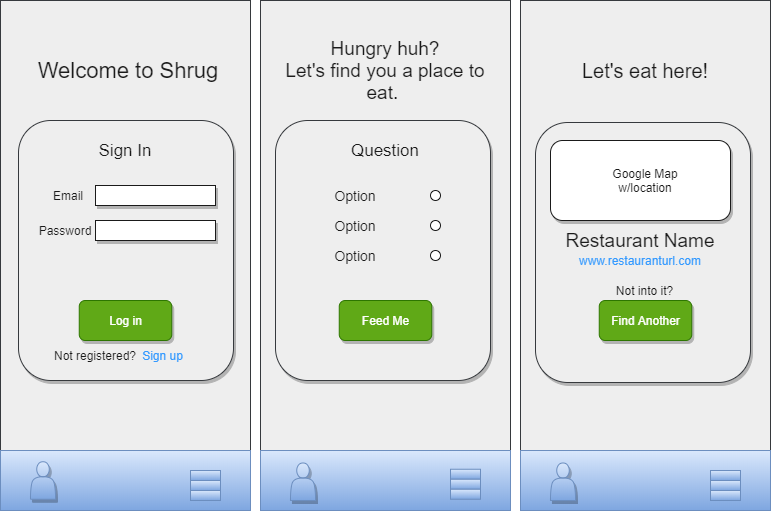
The draw.io diagram src/Assets/card-diagram.drawio.png in tytyhibye/Shrug, before a commit. Source tidied: cells renumbered, new cells last; positions are measured from the earlier drawing's top-left corner, leaving out a move shared by most shapes.
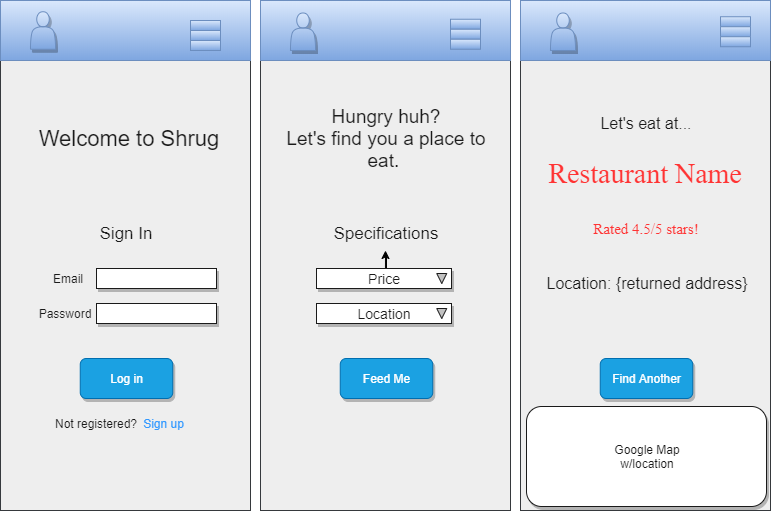
The same file after the commit.

What changed in the source:
```diff
@@ -12,61 +12,42 @@
       <mxGeometry x="260" width="250" height="510" as="geometry" />
     </mxCell>
     <mxCell id="5" style="rounded=0;whiteSpace=wrap;html=1;gradientColor=#7ea6e0;fillColor=#dae8fc;strokeColor=#6c8ebf;" parent="1" vertex="1">
-      <mxGeometry x="260" y="450" width="250" height="60" as="geometry" />
+      <mxGeometry x="260" width="250" height="60" as="geometry" />
     </mxCell>
-    <mxCell id="6" style="rounded=0;whiteSpace=wrap;html=1;gradientColor=#7ea6e0;fillColor=#dae8fc;strokeColor=#6c8ebf;" parent="1" vertex="1">
-      <mxGeometry x="520" y="450" width="250" height="60" as="geometry" />
-    </mxCell>
     <mxCell id="7" style="rounded=0;whiteSpace=wrap;html=1;fillColor=#dae8fc;strokeColor=#6c8ebf;gradientColor=#7ea6e0;" parent="1" vertex="1">
-      <mxGeometry y="450" width="250" height="60" as="geometry" />
+      <mxGeometry width="250" height="60" as="geometry" />
     </mxCell>
-    <mxCell id="8" style="rounded=1;whiteSpace=wrap;html=1;fillColor=#eeeeee;strokeColor=#36393d;shadow=1;" parent="1" vertex="1">
-      <mxGeometry x="275" y="120" width="215" height="260" as="geometry" />
-    </mxCell>
     <mxCell id="9" value="&lt;font style=&quot;font-size: 19px&quot;&gt;&lt;span&gt;Hungry huh?&lt;/span&gt;&lt;br&gt;&lt;font style=&quot;font-size: 19px&quot;&gt;Let's find you a place to eat.&amp;nbsp;&lt;/font&gt;&lt;/font&gt;" style="text;html=1;strokeColor=none;fillColor=none;align=center;verticalAlign=middle;whiteSpace=wrap;rounded=0;fontColor=#1A1A1A;" parent="1" vertex="1">
-      <mxGeometry x="280" y="30" width="210" height="80" as="geometry" />
+      <mxGeometry x="281" y="98" width="210" height="80" as="geometry" />
     </mxCell>
+    <mxCell id="48" style="edgeStyle=orthogonalEdgeStyle;rounded=0;jettySize=auto;html=1;" parent="1" edge="1" source="10">
+      <mxGeometry relative="1" as="geometry">
+        <mxPoint x="385" y="250" as="targetPoint" />
+      </mxGeometry>
+    </mxCell>
-    <mxCell id="10" value="&lt;font style=&quot;font-size: 17px&quot;&gt;Question&lt;/font&gt;" style="text;html=1;strokeColor=none;fillColor=none;align=center;verticalAlign=middle;whiteSpace=wrap;rounded=0;fontColor=#1A1A1A;" parent="1" vertex="1">
-      <mxGeometry x="310" y="130" width="150" height="40" as="geometry" />
+    <mxCell id="10" value="&lt;font style=&quot;font-size: 17px&quot;&gt;Specifications&lt;/font&gt;" style="text;html=1;strokeColor=none;fillColor=none;align=center;verticalAlign=middle;whiteSpace=wrap;rounded=0;fontColor=#1A1A1A;" parent="1" vertex="1">
+      <mxGeometry x="311" y="213" width="150" height="40" as="geometry" />
     </mxCell>
-    <mxCell id="11" value="&lt;font style=&quot;font-size: 14px&quot;&gt;Option&lt;/font&gt;" style="text;html=1;strokeColor=none;fillColor=none;align=center;verticalAlign=middle;whiteSpace=wrap;rounded=0;fontColor=#1A1A1A;" parent="1" vertex="1">
-      <mxGeometry x="320" y="180" width="70" height="30" as="geometry" />
-    </mxCell>
-    <mxCell id="12" value="&lt;font style=&quot;font-size: 14px&quot;&gt;Option&lt;/font&gt;" style="text;html=1;strokeColor=none;fillColor=none;align=center;verticalAlign=middle;whiteSpace=wrap;rounded=0;fontColor=#1A1A1A;" parent="1" vertex="1">
-      <mxGeometry x="320" y="240" width="70" height="30" as="geometry" />
-    </mxCell>
-    <mxCell id="13" value="&lt;font style=&quot;font-size: 14px&quot;&gt;Option&lt;/font&gt;" style="text;html=1;strokeColor=none;fillColor=none;align=center;verticalAlign=middle;whiteSpace=wrap;rounded=0;fontColor=#1A1A1A;" parent="1" vertex="1">
-      <mxGeometry x="320" y="210" width="70" height="30" as="geometry" />
-    </mxCell>
-    <mxCell id="14" style="ellipse;whiteSpace=wrap;html=1;fontColor=#1A1A1A;fillColor=#FFFFFF;strokeColor=#1A1A1A;" parent="1" vertex="1">
-      <mxGeometry x="430" y="190" width="10" height="10" as="geometry" />
-    </mxCell>
-    <mxCell id="15" style="ellipse;whiteSpace=wrap;html=1;fontColor=#1A1A1A;fillColor=#FFFFFF;strokeColor=#1A1A1A;" parent="1" vertex="1">
-      <mxGeometry x="430" y="220" width="10" height="10" as="geometry" />
-    </mxCell>
-    <mxCell id="16" style="ellipse;whiteSpace=wrap;html=1;fontColor=#1A1A1A;fillColor=#FFFFFF;strokeColor=#1A1A1A;" parent="1" vertex="1">
-      <mxGeometry x="430" y="250" width="10" height="10" as="geometry" />
-    </mxCell>
-    <mxCell id="17" value="Feed Me" style="rounded=1;whiteSpace=wrap;html=1;fillColor=#60a917;strokeColor=#2D7600;fontColor=#ffffff;shadow=1;" parent="1" vertex="1">
-      <mxGeometry x="338.8" y="300" width="92.5" height="40" as="geometry" />
+    <mxCell id="17" value="Feed Me" style="rounded=1;whiteSpace=wrap;html=1;fillColor=#1ba1e2;strokeColor=#006EAF;fontColor=#ffffff;shadow=1;" parent="1" vertex="1">
+      <mxGeometry x="339.8" y="358" width="92.5" height="40" as="geometry" />
     </mxCell>
     <mxCell id="18" style="shape=actor;whiteSpace=wrap;html=1;shadow=1;gradientColor=#7ea6e0;fillColor=#dae8fc;strokeColor=#6c8ebf;" parent="1" vertex="1">
-      <mxGeometry x="290" y="462.5" width="25" height="37.5" as="geometry" />
+      <mxGeometry x="290" y="12.5" width="25" height="37.5" as="geometry" />
     </mxCell>
     <mxCell id="19" style="shape=actor;whiteSpace=wrap;html=1;shadow=1;gradientColor=#7ea6e0;fillColor=#dae8fc;strokeColor=#6c8ebf;" parent="1" vertex="1">
       <mxGeometry x="550" y="462.5" width="25" height="37.5" as="geometry" />
     </mxCell>
     <mxCell id="20" style="shape=actor;whiteSpace=wrap;html=1;shadow=1;gradientColor=#7ea6e0;fillColor=#dae8fc;strokeColor=#6c8ebf;" parent="1" vertex="1">
-      <mxGeometry x="30" y="461.2" width="25" height="37.5" as="geometry" />
+      <mxGeometry x="30" y="11.2" width="25" height="37.5" as="geometry" />
     </mxCell>
     <mxCell id="21" style="rounded=0;whiteSpace=wrap;html=1;gradientColor=#7ea6e0;fillColor=#dae8fc;strokeColor=#6c8ebf;" parent="1" vertex="1">
-      <mxGeometry x="190" y="470" width="30" height="10" as="geometry" />
+      <mxGeometry x="190" y="20" width="30" height="10" as="geometry" />
     </mxCell>
     <mxCell id="22" style="rounded=0;whiteSpace=wrap;html=1;gradientColor=#7ea6e0;fillColor=#dae8fc;strokeColor=#6c8ebf;" parent="1" vertex="1">
-      <mxGeometry x="190" y="480" width="30" height="10" as="geometry" />
+      <mxGeometry x="190" y="30" width="30" height="10" as="geometry" />
     </mxCell>
     <mxCell id="23" style="rounded=0;whiteSpace=wrap;html=1;gradientColor=#7ea6e0;fillColor=#dae8fc;strokeColor=#6c8ebf;" parent="1" vertex="1">
-      <mxGeometry x="190" y="490" width="30" height="10" as="geometry" />
+      <mxGeometry x="190" y="40" width="30" height="10" as="geometry" />
     </mxCell>
     <mxCell id="24" style="rounded=0;whiteSpace=wrap;html=1;gradientColor=#7ea6e0;fillColor=#dae8fc;strokeColor=#6c8ebf;" parent="1" vertex="1">
       <mxGeometry x="710" y="470" width="30" height="10" as="geometry" />
@@ -78,67 +59,94 @@
       <mxGeometry x="710" y="490" width="30" height="10" as="geometry" />
     </mxCell>
     <mxCell id="27" style="rounded=0;whiteSpace=wrap;html=1;gradientColor=#7ea6e0;fillColor=#dae8fc;strokeColor=#6c8ebf;" parent="1" vertex="1">
-      <mxGeometry x="450" y="468.8" width="30" height="10" as="geometry" />
+      <mxGeometry x="450" y="18.8" width="30" height="10" as="geometry" />
     </mxCell>
     <mxCell id="28" style="rounded=0;whiteSpace=wrap;html=1;gradientColor=#7ea6e0;fillColor=#dae8fc;strokeColor=#6c8ebf;" parent="1" vertex="1">
-      <mxGeometry x="450" y="478.8" width="30" height="10" as="geometry" />
+      <mxGeometry x="450" y="28.8" width="30" height="10" as="geometry" />
     </mxCell>
     <mxCell id="29" style="rounded=0;whiteSpace=wrap;html=1;gradientColor=#7ea6e0;fillColor=#dae8fc;strokeColor=#6c8ebf;" parent="1" vertex="1">
-      <mxGeometry x="450" y="488.8" width="30" height="10" as="geometry" />
+      <mxGeometry x="450" y="38.8" width="30" height="10" as="geometry" />
     </mxCell>
-    <mxCell id="30" value="&lt;font style=&quot;font-size: 20px&quot;&gt;Let's eat here!&lt;/font&gt;" style="text;html=1;strokeColor=none;fillColor=none;align=center;verticalAlign=middle;whiteSpace=wrap;rounded=0;fontColor=#1A1A1A;" parent="1" vertex="1">
-      <mxGeometry x="540" y="30" width="210" height="80" as="geometry" />
+    <mxCell id="30" value="&lt;font style=&quot;font-size: 16px&quot;&gt;Let's eat at...&lt;/font&gt;" style="text;html=1;strokeColor=none;fillColor=none;align=center;verticalAlign=middle;whiteSpace=wrap;rounded=0;fontColor=#1A1A1A;" parent="1" vertex="1">
+      <mxGeometry x="541" y="83" width="210" height="80" as="geometry" />
     </mxCell>
-    <mxCell id="31" style="rounded=1;whiteSpace=wrap;html=1;fillColor=#eeeeee;strokeColor=#36393d;shadow=1;" parent="1" vertex="1">
-      <mxGeometry x="535" y="122" width="215" height="260" as="geometry" />
-    </mxCell>
-    <mxCell id="32" style="rounded=1;whiteSpace=wrap;html=1;shadow=1;strokeColor=#1A1A1A;fillColor=#FFFFFF;fontColor=#1A1A1A;" parent="1" vertex="1">
-      <mxGeometry x="550" y="140" width="180" height="80" as="geometry" />
-    </mxCell>
-    <mxCell id="33" value="&lt;span style=&quot;font-size: 12px;&quot;&gt;&lt;font style=&quot;font-size: 12px;&quot;&gt;www.restauranturl.com&lt;/font&gt;&lt;/span&gt;" style="text;html=1;strokeColor=none;fillColor=none;align=center;verticalAlign=middle;whiteSpace=wrap;rounded=0;fontColor=#3399FF;fontSize=12;" parent="1" vertex="1">
-      <mxGeometry x="535" y="220" width="210" height="80" as="geometry" />
-    </mxCell>
-    <mxCell id="34" value="&lt;span style=&quot;font-size: 19px&quot;&gt;Restaurant Name&lt;/span&gt;" style="text;html=1;strokeColor=none;fillColor=none;align=center;verticalAlign=middle;whiteSpace=wrap;rounded=0;fontColor=#1A1A1A;fontSize=19;" parent="1" vertex="1">
-      <mxGeometry x="535" y="200" width="210" height="80" as="geometry" />
+    <mxCell id="34" value="&lt;pre&gt;&lt;font face=&quot;Ranchers&quot; style=&quot;font-size: 28px&quot; color=&quot;#ff3333&quot;&gt;Restaurant Name&lt;/font&gt;&lt;/pre&gt;" style="text;html=1;strokeColor=none;fillColor=none;align=center;verticalAlign=middle;whiteSpace=wrap;rounded=0;fontColor=#1A1A1A;fontSize=19;fontFamily=Ranchers;FType=w;" parent="1" vertex="1">
+      <mxGeometry x="540" y="133" width="210" height="80" as="geometry" />
     </mxCell>
-    <mxCell id="35" value="Find Another" style="rounded=1;whiteSpace=wrap;html=1;fillColor=#60a917;strokeColor=#2D7600;fontColor=#ffffff;shadow=1;" parent="1" vertex="1">
-      <mxGeometry x="598.8" y="300" width="92.5" height="40" as="geometry" />
+    <mxCell id="35" value="Find Another" style="rounded=1;whiteSpace=wrap;html=1;fillColor=#1ba1e2;strokeColor=#006EAF;fontColor=#ffffff;shadow=1;" parent="1" vertex="1">
+      <mxGeometry x="599.8" y="358" width="92.5" height="40" as="geometry" />
     </mxCell>
-    <mxCell id="36" value="Not into it?" style="text;html=1;strokeColor=none;fillColor=none;align=center;verticalAlign=middle;whiteSpace=wrap;rounded=0;shadow=1;fontColor=#1A1A1A;" parent="1" vertex="1">
-      <mxGeometry x="598.8" y="280" width="91.2" height="20" as="geometry" />
-    </mxCell>
-    <mxCell id="37" value="Google Map w/location" style="text;html=1;strokeColor=none;fillColor=none;align=center;verticalAlign=middle;whiteSpace=wrap;rounded=0;shadow=1;fontColor=#1A1A1A;" parent="1" vertex="1">
-      <mxGeometry x="590" y="170" width="110" height="20" as="geometry" />
-    </mxCell>
-    <mxCell id="38" style="rounded=1;whiteSpace=wrap;html=1;fillColor=#eeeeee;strokeColor=#36393d;shadow=1;" parent="1" vertex="1">
-      <mxGeometry x="18" y="120" width="215" height="260" as="geometry" />
-    </mxCell>
     <mxCell id="39" style="rounded=0;whiteSpace=wrap;html=1;shadow=1;strokeColor=#1A1A1A;fillColor=#FFFFFF;fontSize=19;fontColor=#3399FF;" parent="1" vertex="1">
-      <mxGeometry x="95" y="185" width="120" height="20" as="geometry" />
+      <mxGeometry x="96" y="268" width="120" height="20" as="geometry" />
     </mxCell>
     <mxCell id="40" style="rounded=0;whiteSpace=wrap;html=1;shadow=1;strokeColor=#1A1A1A;fillColor=#FFFFFF;fontSize=19;fontColor=#3399FF;" parent="1" vertex="1">
-      <mxGeometry x="95" y="220" width="120" height="20" as="geometry" />
+      <mxGeometry x="96" y="303" width="120" height="20" as="geometry" />
     </mxCell>
     <mxCell id="41" value="&lt;font style=&quot;font-size: 12px&quot;&gt;Password&lt;/font&gt;" style="text;html=1;strokeColor=none;fillColor=none;align=center;verticalAlign=middle;whiteSpace=wrap;rounded=0;fontColor=#1A1A1A;" parent="1" vertex="1">
-      <mxGeometry x="30" y="215" width="70" height="30" as="geometry" />
+      <mxGeometry x="30" y="298" width="70" height="30" as="geometry" />
     </mxCell>
     <mxCell id="42" value="&lt;font style=&quot;font-size: 12px;&quot;&gt;Email&lt;/font&gt;" style="text;html=1;strokeColor=none;fillColor=none;align=center;verticalAlign=middle;whiteSpace=wrap;rounded=0;fontColor=#1A1A1A;fontSize=12;" parent="1" vertex="1">
-      <mxGeometry x="33" y="180" width="70" height="30" as="geometry" />
+      <mxGeometry x="33" y="263" width="70" height="30" as="geometry" />
     </mxCell>
     <mxCell id="43" value="&lt;font style=&quot;font-size: 12px&quot;&gt;Sign up&lt;/font&gt;" style="text;html=1;strokeColor=none;fillColor=none;align=center;verticalAlign=middle;whiteSpace=wrap;rounded=0;fontColor=#3399FF;" parent="1" vertex="1">
-      <mxGeometry x="125" y="340" width="75" height="30" as="geometry" />
+      <mxGeometry x="126" y="408" width="75" height="30" as="geometry" />
     </mxCell>
     <mxCell id="44" value="&lt;font style=&quot;font-size: 12px&quot;&gt;Not registered?&lt;/font&gt;" style="text;html=1;strokeColor=none;fillColor=none;align=center;verticalAlign=middle;whiteSpace=wrap;rounded=0;fontColor=#1A1A1A;" parent="1" vertex="1">
-      <mxGeometry x="50" y="340" width="90" height="30" as="geometry" />
+      <mxGeometry x="51" y="408" width="90" height="30" as="geometry" />
     </mxCell>
-    <mxCell id="45" value="Log in" style="rounded=1;whiteSpace=wrap;html=1;fillColor=#60a917;strokeColor=#2D7600;fontColor=#ffffff;shadow=1;" parent="1" vertex="1">
-      <mxGeometry x="78.8" y="300" width="92.5" height="40" as="geometry" />
+    <mxCell id="45" value="Log in" style="rounded=1;whiteSpace=wrap;html=1;fillColor=#1ba1e2;strokeColor=#006EAF;fontColor=#ffffff;shadow=1;" parent="1" vertex="1">
+      <mxGeometry x="79.8" y="358" width="92.5" height="40" as="geometry" />
     </mxCell>
     <mxCell id="46" value="&lt;font style=&quot;font-size: 17px&quot;&gt;Sign In&lt;/font&gt;" style="text;html=1;strokeColor=none;fillColor=none;align=center;verticalAlign=middle;whiteSpace=wrap;rounded=0;fontColor=#1A1A1A;" parent="1" vertex="1">
-      <mxGeometry x="50" y="130" width="150" height="40" as="geometry" />
+      <mxGeometry x="51" y="213" width="150" height="40" as="geometry" />
     </mxCell>
     <mxCell id="47" value="&lt;span style=&quot;font-size: 22px;&quot;&gt;Welcome to Shrug&lt;/span&gt;" style="text;html=1;strokeColor=none;fillColor=none;align=center;verticalAlign=middle;whiteSpace=wrap;rounded=0;fontColor=#1A1A1A;fontSize=22;" parent="1" vertex="1">
-      <mxGeometry x="23" y="30" width="210" height="80" as="geometry" />
+      <mxGeometry x="24" y="98" width="210" height="80" as="geometry" />
     </mxCell>
+    <mxCell id="49" style="rounded=0;whiteSpace=wrap;html=1;fillColor=#FFFFFF;strokeColor=#1A1A1A;shadow=1;" parent="1" vertex="1">
+      <mxGeometry x="316" y="268" width="135" height="20" as="geometry" />
+    </mxCell>
+    <mxCell id="50" value="&lt;font style=&quot;font-size: 14px&quot;&gt;Price&lt;/font&gt;" style="text;html=1;strokeColor=none;fillColor=none;align=center;verticalAlign=middle;whiteSpace=wrap;rounded=0;fontColor=#1A1A1A;" parent="1" vertex="1">
+      <mxGeometry x="348.5" y="263" width="70" height="30" as="geometry" />
+    </mxCell>
+    <mxCell id="51" style="rounded=0;whiteSpace=wrap;html=1;fillColor=#FFFFFF;strokeColor=#1A1A1A;shadow=1;" parent="1" vertex="1">
+      <mxGeometry x="316" y="303" width="135" height="20" as="geometry" />
+    </mxCell>
+    <mxCell id="52" value="&lt;font style=&quot;font-size: 14px&quot;&gt;Location&lt;/font&gt;" style="text;html=1;strokeColor=none;fillColor=none;align=center;verticalAlign=middle;whiteSpace=wrap;rounded=0;fontColor=#1A1A1A;" parent="1" vertex="1">
+      <mxGeometry x="348.5" y="298" width="70" height="30" as="geometry" />
+    </mxCell>
+    <mxCell id="53" style="triangle;whiteSpace=wrap;html=1;strokeColor=#1A1A1A;fillColor=#C2C2C2;direction=south;" parent="1" vertex="1">
+      <mxGeometry x="436.2" y="273" width="10" height="10" as="geometry" />
+    </mxCell>
+    <mxCell id="54" style="triangle;whiteSpace=wrap;html=1;strokeColor=#1A1A1A;fillColor=#C2C2C2;direction=south;" parent="1" vertex="1">
+      <mxGeometry x="436.2" y="308" width="10" height="10" as="geometry" />
+    </mxCell>
+    <mxCell id="55" value="&lt;pre&gt;&lt;font face=&quot;Ranchers&quot; style=&quot;font-size: 15px&quot; color=&quot;#ff3333&quot;&gt;Rated 4.5/5 stars!&lt;/font&gt;&lt;/pre&gt;" style="text;html=1;strokeColor=none;fillColor=none;align=center;verticalAlign=middle;whiteSpace=wrap;rounded=0;fontColor=#1A1A1A;fontSize=19;fontFamily=Ranchers;FType=w;" parent="1" vertex="1">
+      <mxGeometry x="541" y="188" width="210" height="80" as="geometry" />
+    </mxCell>
+    <mxCell id="56" value="&lt;font style=&quot;font-size: 16px&quot;&gt;Location: {returned address}&lt;/font&gt;" style="text;html=1;strokeColor=none;fillColor=none;align=center;verticalAlign=middle;whiteSpace=wrap;rounded=0;fontColor=#1A1A1A;" parent="1" vertex="1">
+      <mxGeometry x="541.6" y="268" width="210" height="30" as="geometry" />
+    </mxCell>
+    <mxCell id="57" style="rounded=1;whiteSpace=wrap;html=1;shadow=1;strokeColor=#1A1A1A;fillColor=#FFFFFF;" parent="1" vertex="1">
+      <mxGeometry x="526" y="406" width="240" height="100" as="geometry" />
+    </mxCell>
+    <mxCell id="37" value="Google Map w/location" style="text;html=1;strokeColor=none;fillColor=none;align=center;verticalAlign=middle;whiteSpace=wrap;rounded=0;shadow=1;fontColor=#1A1A1A;" parent="1" vertex="1">
+      <mxGeometry x="591.6" y="446" width="110" height="20" as="geometry" />
+    </mxCell>
+    <mxCell id="58" style="rounded=0;whiteSpace=wrap;html=1;gradientColor=#7ea6e0;fillColor=#dae8fc;strokeColor=#6c8ebf;" parent="1" vertex="1">
+      <mxGeometry x="520" width="250" height="60" as="geometry" />
+    </mxCell>
+    <mxCell id="59" style="shape=actor;whiteSpace=wrap;html=1;shadow=1;gradientColor=#7ea6e0;fillColor=#dae8fc;strokeColor=#6c8ebf;" parent="1" vertex="1">
+      <mxGeometry x="550" y="12.5" width="25" height="37.5" as="geometry" />
+    </mxCell>
+    <mxCell id="60" style="rounded=0;whiteSpace=wrap;html=1;gradientColor=#7ea6e0;fillColor=#dae8fc;strokeColor=#6c8ebf;" parent="1" vertex="1">
+      <mxGeometry x="720" y="16.2" width="30" height="10" as="geometry" />
+    </mxCell>
+    <mxCell id="61" style="rounded=0;whiteSpace=wrap;html=1;gradientColor=#7ea6e0;fillColor=#dae8fc;strokeColor=#6c8ebf;" parent="1" vertex="1">
+      <mxGeometry x="720" y="26.2" width="30" height="10" as="geometry" />
+    </mxCell>
+    <mxCell id="62" style="rounded=0;whiteSpace=wrap;html=1;gradientColor=#7ea6e0;fillColor=#dae8fc;strokeColor=#6c8ebf;" parent="1" vertex="1">
+      <mxGeometry x="720" y="36.2" width="30" height="10" as="geometry" />
+    </mxCell>
   </root>
 </mxGraphModel>
```
